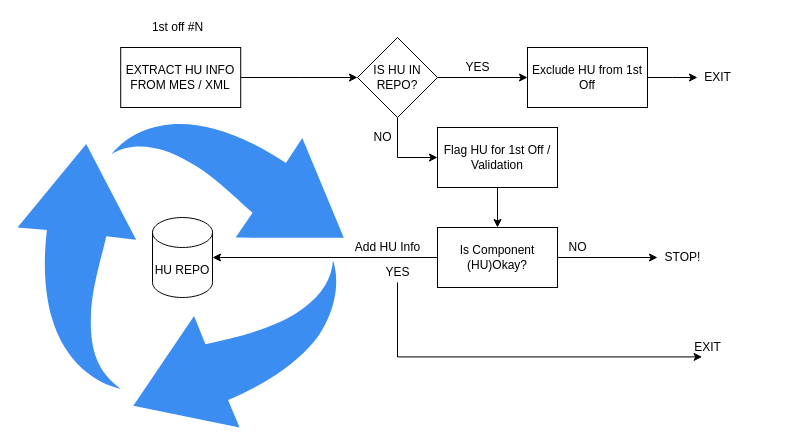
Before: HU_Bucket.drawio in BertieHarte/Drawings, a draw.io diagram. Source tidied: cells renumbered, new cells numbered last; positions are measured from the earlier drawing's top-left corner, leaving out a move shared by most shapes. Both pictures are drawn from the tidied source at 100%, with x=0, y=0 at pixel (17, 17).
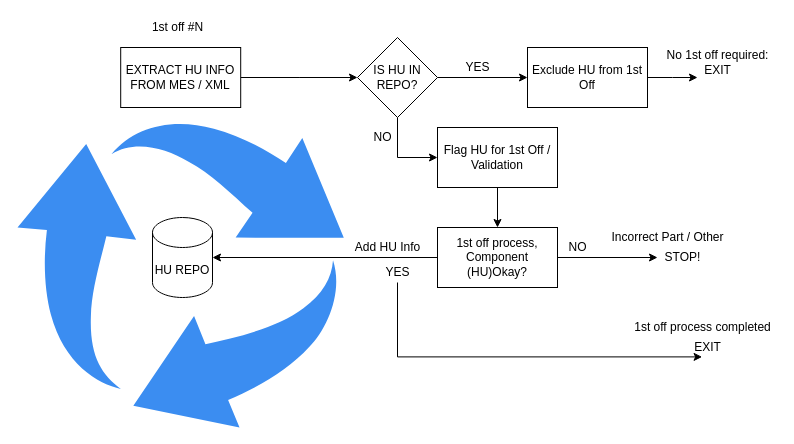
The same diagram, later.

What changed in the source:
```diff
@@
-    <mxCell id="14" value="EXIT" style="text;html=1;align=center;verticalAlign=middle;strokeColor=none;" parent="1" vertex="1">
-      <mxGeometry x="680" y="50" width="40" height="20" as="geometry" />
+    <mxCell id="14" value="No 1st off required:&lt;br&gt;EXIT" style="text;html=1;align=center;verticalAlign=middle;strokeColor=none;" parent="1" vertex="1">
+      <mxGeometry x="640" y="30" width="120" height="30" as="geometry" />
     </mxCell>
@@
-    <mxCell id="19" value="Is Component (HU)Okay?" style="rounded=0;whiteSpace=wrap;html=1;" parent="1" vertex="1">
+    <mxCell id="19" value="1st off process, Component (HU)Okay?" style="rounded=0;whiteSpace=wrap;html=1;" parent="1" vertex="1">
       <mxGeometry x="420" y="210" width="120" height="60" as="geometry" />
     </mxCell>
@@
+    <mxCell id="26" value="Incorrect Part / Other" style="text;html=1;align=center;verticalAlign=middle;strokeColor=none;" parent="1" vertex="1">
+      <mxGeometry x="585" y="210" width="130" height="20" as="geometry" />
+    </mxCell>
+    <mxCell id="27" value="1st off process completed" style="text;html=1;align=center;verticalAlign=middle;strokeColor=none;" parent="1" vertex="1">
+      <mxGeometry x="610" y="300" width="150" height="20" as="geometry" />
+    </mxCell>
```
